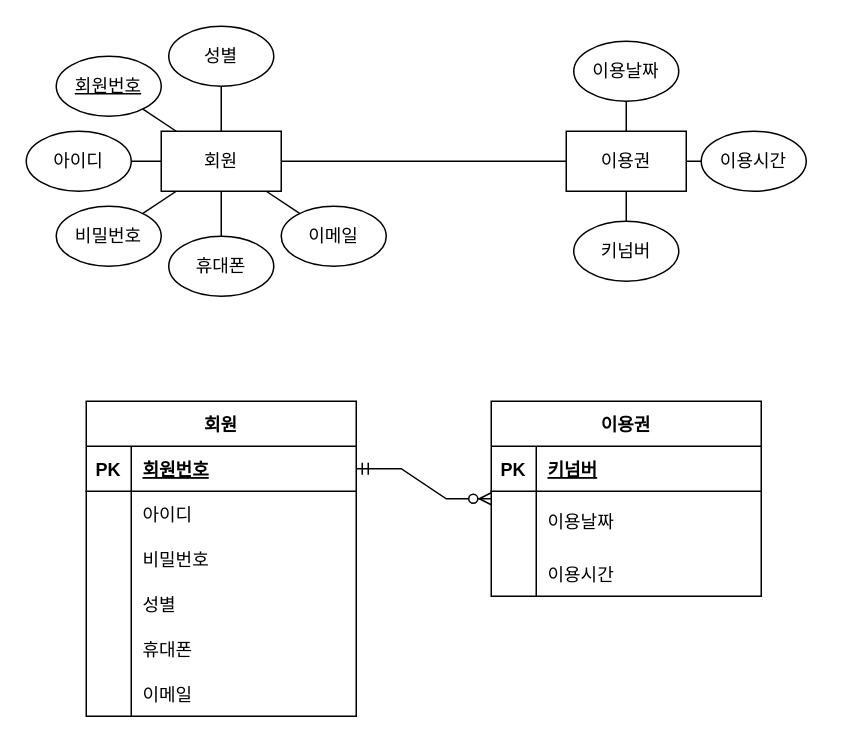
This is jstudy/src/db/제목 없는 다이어그램.drawio from woo00/java, a draw.io file, before an edit. Source tidied: cells renumbered, new cells numbered last; positions are measured from the earlier drawing's top-left corner, leaving out a move shared by most shapes. Both pictures are drawn from the tidied source at 150%, with x=0, y=0 at pixel (26, 26).
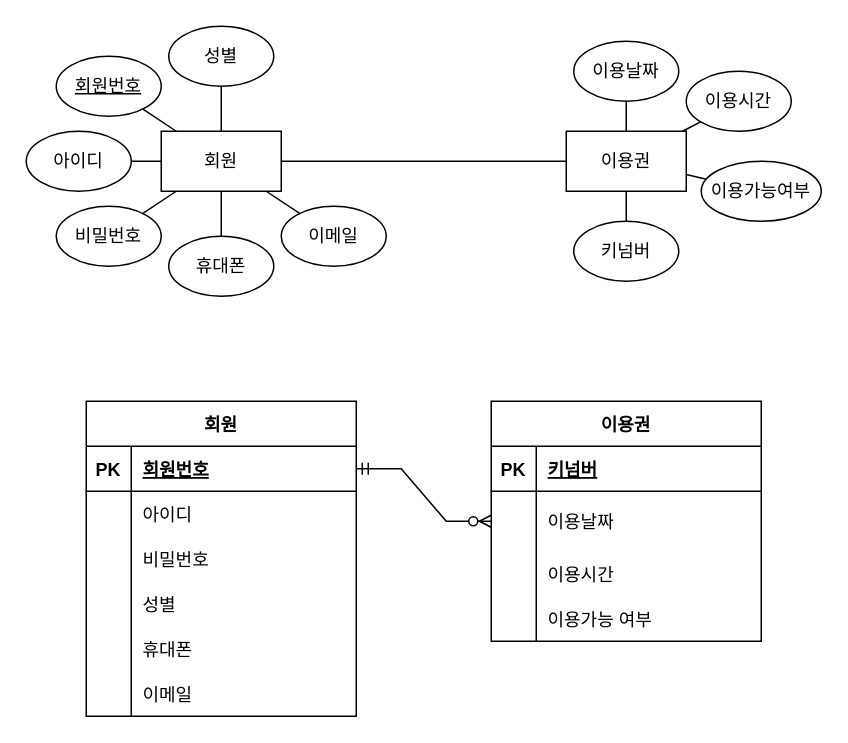
The same diagram, later.

The change refers to these unchanged cells:
```xml
<mxCell id="15" value="이용권" style="rounded=0;whiteSpace=wrap;html=1;" parent="1" vertex="1">
  <mxGeometry x="360" y="70" width="80" height="40" as="geometry" />
</mxCell>
```

Change to the diagram source:
```diff
@@
     <mxCell id="16" value="이용시간" style="ellipse;whiteSpace=wrap;html=1;fontStyle=0;" parent="1" vertex="1">
-      <mxGeometry x="450" y="70" width="70" height="40" as="geometry" />
+      <mxGeometry x="440" y="30" width="70" height="40" as="geometry" />
     </mxCell>
@@
     <mxCell id="42" value="이용권" style="shape=table;startSize=30;childLayout=tableLayout;rowLines=0;fontStyle=1;align=center;" parent="1" vertex="1">
-      <mxGeometry x="310" y="250" width="180" height="130" as="geometry" />
+      <mxGeometry x="310" y="250" width="180" height="160" as="geometry" />
     </mxCell>
@@
+    <mxCell id="53" style="shape=tableRow;horizontal=0;startSize=0;swimlaneHead=0;swimlaneBody=0;fillColor=none;top=0;left=0;right=0;bottom=0;" parent="42" vertex="1">
+      <mxGeometry y="130" width="180" height="30" as="geometry" />
+    </mxCell>
+    <mxCell id="54" style="shape=partialRectangle;fillColor=none;top=0;left=0;bottom=0;right=0;overflow=hidden;" parent="53" vertex="1">
+      <mxGeometry width="30" height="30" as="geometry" />
+    </mxCell>
+    <mxCell id="55" value="이용가능 여부" style="shape=partialRectangle;fillColor=none;top=0;left=0;bottom=0;right=0;align=left;spacingLeft=6;overflow=hidden;" parent="53" vertex="1">
+      <mxGeometry x="30" width="150" height="30" as="geometry" />
+    </mxCell>
@@
+    <mxCell id="56" value="이용가능여부" style="ellipse;whiteSpace=wrap;html=1;fontStyle=0;" parent="1" vertex="1">
+      <mxGeometry x="450" y="90" width="80" height="40" as="geometry" />
+    </mxCell>
+    <mxCell id="57" style="endArrow=none;html=1;rounded=0;" parent="1" edge="1" source="56" target="15">
+      <mxGeometry relative="1" as="geometry" />
+    </mxCell>
```
